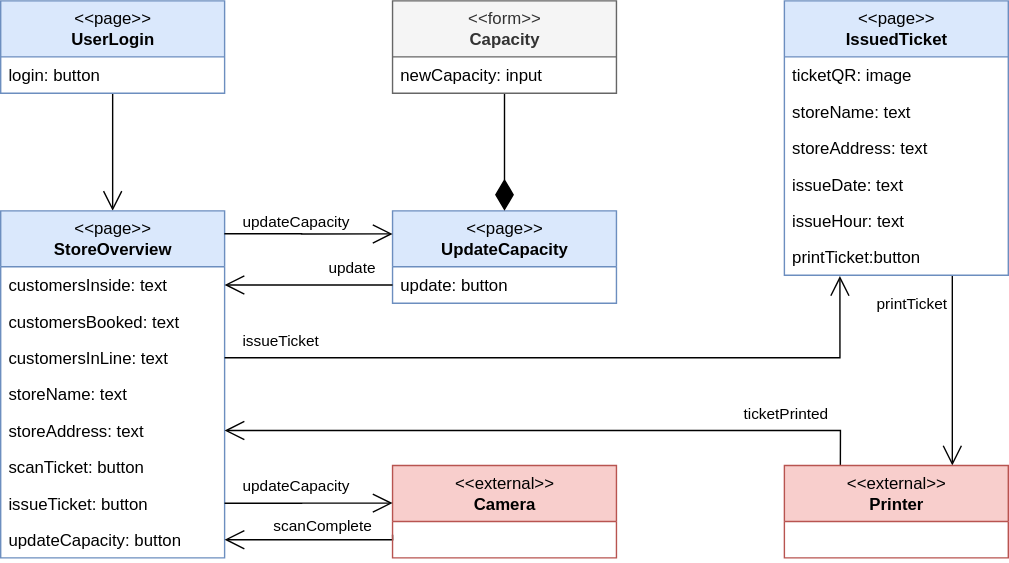
ferrohd/CLup keeps this draw.io diagram as assets/ux_diagrams/ux_store_manager.svg. Above is the earlier version. Source tidied: cells renumbered, new cells last; positions are measured from the earlier drawing's top-left corner, leaving out a move shared by most shapes. The source it was exported from:
```xml
<mxGraphModel>
  <root>
    <mxCell id="0" />
    <mxCell id="1" parent="0" />
    <mxCell id="2" style="edgeStyle=orthogonalEdgeStyle;rounded=0;jettySize=auto;html=1;entryX=0.5;entryY=0;entryDx=0;entryDy=0;endArrow=open;endFill=0;endSize=12;" parent="1" edge="1" source="3" target="5">
      <mxGeometry relative="1" as="geometry" />
    </mxCell>
    <mxCell id="3" value="&amp;lt;&amp;lt;page&amp;gt;&amp;gt;&lt;br&gt;&lt;b&gt;UserLogin&lt;/b&gt;" style="swimlane;fontStyle=0;horizontal=1;startSize=40;fillColor=#dae8fc;html=1;spacingBottom=0;strokeColor=#6c8ebf;" parent="1" vertex="1">
      <mxGeometry width="160" height="66" as="geometry" />
    </mxCell>
    <mxCell id="4" value="login: button" style="text;strokeColor=none;fillColor=none;align=left;verticalAlign=top;spacingLeft=4;spacingRight=4;overflow=hidden;" parent="3" vertex="1">
      <mxGeometry y="40" width="160" height="26" as="geometry" />
    </mxCell>
    <mxCell id="5" value="&amp;lt;&amp;lt;page&amp;gt;&amp;gt;&lt;br&gt;&lt;b&gt;StoreOverview&lt;/b&gt;" style="swimlane;fontStyle=0;horizontal=1;startSize=40;fillColor=#dae8fc;html=1;spacingBottom=0;strokeColor=#6c8ebf;" parent="1" vertex="1">
      <mxGeometry y="150" width="160" height="248" as="geometry" />
    </mxCell>
    <mxCell id="6" value="customersInside: text" style="text;strokeColor=none;fillColor=none;align=left;verticalAlign=top;spacingLeft=4;spacingRight=4;overflow=hidden;points=[[0,0.5],[1,0.5]];portConstraint=eastwest;" parent="5" vertex="1">
      <mxGeometry y="40" width="160" height="26" as="geometry" />
    </mxCell>
    <mxCell id="7" value="customersBooked: text" style="text;strokeColor=none;fillColor=none;align=left;verticalAlign=top;spacingLeft=4;spacingRight=4;overflow=hidden;" parent="5" vertex="1">
      <mxGeometry y="66" width="160" height="26" as="geometry" />
    </mxCell>
    <mxCell id="8" value="customersInLine: text" style="text;strokeColor=none;fillColor=none;align=left;verticalAlign=top;spacingLeft=4;spacingRight=4;overflow=hidden;points=[[0,0.5],[1,0.5]];portConstraint=eastwest;" parent="5" vertex="1">
      <mxGeometry y="92" width="160" height="26" as="geometry" />
    </mxCell>
    <mxCell id="9" value="storeName: text" style="text;strokeColor=none;fillColor=none;align=left;verticalAlign=top;spacingLeft=4;spacingRight=4;overflow=hidden;" parent="5" vertex="1">
      <mxGeometry y="118" width="160" height="26" as="geometry" />
    </mxCell>
    <mxCell id="10" value="storeAddress: text" style="text;strokeColor=none;fillColor=none;align=left;verticalAlign=top;spacingLeft=4;spacingRight=4;overflow=hidden;points=[[0,0.5],[1,0.5]];portConstraint=eastwest;" parent="5" vertex="1">
      <mxGeometry y="144" width="160" height="26" as="geometry" />
    </mxCell>
    <mxCell id="11" value="scanTicket: button" style="text;strokeColor=none;fillColor=none;align=left;verticalAlign=top;spacingLeft=4;spacingRight=4;overflow=hidden;" parent="5" vertex="1">
      <mxGeometry y="170" width="160" height="26" as="geometry" />
    </mxCell>
    <mxCell id="12" value="issueTicket: button" style="text;strokeColor=none;fillColor=none;align=left;verticalAlign=top;spacingLeft=4;spacingRight=4;overflow=hidden;points=[[0,0.5],[1,0.5]];portConstraint=eastwest;" parent="5" vertex="1">
      <mxGeometry y="196" width="160" height="26" as="geometry" />
    </mxCell>
    <mxCell id="13" value="updateCapacity: button" style="text;strokeColor=none;fillColor=none;align=left;verticalAlign=top;spacingLeft=4;spacingRight=4;overflow=hidden;points=[[0,0.5],[1,0.5]];portConstraint=eastwest;" parent="5" vertex="1">
      <mxGeometry y="222" width="160" height="26" as="geometry" />
    </mxCell>
    <mxCell id="14" style="edgeStyle=orthogonalEdgeStyle;rounded=0;jettySize=auto;html=1;exitX=0;exitY=0.75;exitDx=0;exitDy=0;entryX=1;entryY=0.5;entryDx=0;entryDy=0;endArrow=open;endFill=0;endSize=12;" parent="1" edge="1" source="17" target="13">
      <mxGeometry relative="1" as="geometry">
        <Array as="points">
          <mxPoint x="280" y="385" />
        </Array>
      </mxGeometry>
    </mxCell>
    <mxCell id="15" value="updateCapacity" style="edgeLabel;html=1;align=center;verticalAlign=middle;" parent="14" vertex="1">
      <mxGeometry x="0.33" y="2" relative="1" as="geometry">
        <mxPoint x="9" y="-41" as="offset" />
      </mxGeometry>
    </mxCell>
    <mxCell id="16" value="scanComplete" style="edgeLabel;html=1;align=center;verticalAlign=middle;" parent="14" vertex="1">
      <mxGeometry x="-0.02" y="2" relative="1" as="geometry">
        <mxPoint x="7.3" y="-13" as="offset" />
      </mxGeometry>
    </mxCell>
    <mxCell id="17" value="&amp;lt;&amp;lt;external&amp;gt;&amp;gt;&lt;br&gt;&lt;b&gt;Camera&lt;/b&gt;" style="swimlane;fontStyle=0;horizontal=1;startSize=40;fillColor=#f8cecc;html=1;spacingBottom=0;strokeColor=#b85450;" parent="1" vertex="1">
      <mxGeometry x="280" y="332" width="160" height="66" as="geometry" />
    </mxCell>
    <mxCell id="18" value="&amp;lt;&amp;lt;page&amp;gt;&amp;gt;&lt;br&gt;&lt;b&gt;UpdateCapacity&lt;/b&gt;" style="swimlane;fontStyle=0;horizontal=1;startSize=40;fillColor=#dae8fc;html=1;spacingBottom=0;strokeColor=#6c8ebf;" parent="1" vertex="1">
      <mxGeometry x="280" y="150" width="160" height="66" as="geometry" />
    </mxCell>
    <mxCell id="19" value="update: button" style="text;strokeColor=none;fillColor=none;align=left;verticalAlign=top;spacingLeft=4;spacingRight=4;overflow=hidden;points=[[0,0.5],[1,0.5]];portConstraint=eastwest;" parent="18" vertex="1">
      <mxGeometry y="40" width="160" height="26" as="geometry" />
    </mxCell>
    <mxCell id="20" style="edgeStyle=orthogonalEdgeStyle;rounded=0;jettySize=auto;html=1;entryX=0.5;entryY=0;entryDx=0;entryDy=0;endArrow=diamondThin;endFill=1;endSize=20;" parent="1" edge="1" source="21" target="18">
      <mxGeometry relative="1" as="geometry" />
    </mxCell>
    <mxCell id="21" value="&amp;lt;&amp;lt;form&amp;gt;&amp;gt;&lt;br&gt;&lt;b&gt;Capacity&lt;/b&gt;" style="swimlane;fontStyle=0;horizontal=1;startSize=40;fillColor=#f5f5f5;html=1;spacingBottom=0;strokeColor=#666666;fontColor=#333333;" parent="1" vertex="1">
      <mxGeometry x="280" width="160" height="66" as="geometry" />
    </mxCell>
    <mxCell id="22" value="newCapacity: input" style="text;strokeColor=none;fillColor=none;align=left;verticalAlign=top;spacingLeft=4;spacingRight=4;overflow=hidden;" parent="21" vertex="1">
      <mxGeometry y="40" width="160" height="26" as="geometry" />
    </mxCell>
    <mxCell id="23" style="edgeStyle=orthogonalEdgeStyle;rounded=0;jettySize=auto;html=1;endArrow=open;endFill=0;endSize=12;exitX=0.75;exitY=1;exitDx=0;exitDy=0;exitPerimeter=0;entryX=0.75;entryY=0;entryDx=0;entryDy=0;" parent="1" edge="1" source="31" target="34">
      <mxGeometry relative="1" as="geometry" />
    </mxCell>
    <mxCell id="24" value="printTicket" style="edgeLabel;html=1;align=center;verticalAlign=middle;" parent="23" vertex="1">
      <mxGeometry x="-0.65" y="5" relative="1" as="geometry">
        <mxPoint x="-35" y="-3.5" as="offset" />
      </mxGeometry>
    </mxCell>
    <mxCell id="25" value="&amp;lt;&amp;lt;page&amp;gt;&amp;gt;&lt;br&gt;&lt;b&gt;IssuedTicket&lt;/b&gt;" style="swimlane;fontStyle=0;horizontal=1;startSize=40;fillColor=#dae8fc;html=1;spacingBottom=0;strokeColor=#6c8ebf;" parent="1" vertex="1">
      <mxGeometry x="560" width="160" height="196" as="geometry" />
    </mxCell>
    <mxCell id="26" value="ticketQR: image" style="text;strokeColor=none;fillColor=none;align=left;verticalAlign=top;spacingLeft=4;spacingRight=4;overflow=hidden;" parent="25" vertex="1">
      <mxGeometry y="40" width="160" height="26" as="geometry" />
    </mxCell>
    <mxCell id="27" value="storeName: text" style="text;strokeColor=none;fillColor=none;align=left;verticalAlign=top;spacingLeft=4;spacingRight=4;overflow=hidden;" parent="25" vertex="1">
      <mxGeometry y="66" width="160" height="26" as="geometry" />
    </mxCell>
    <mxCell id="28" value="storeAddress: text" style="text;strokeColor=none;fillColor=none;align=left;verticalAlign=top;spacingLeft=4;spacingRight=4;overflow=hidden;" parent="25" vertex="1">
      <mxGeometry y="92" width="160" height="26" as="geometry" />
    </mxCell>
    <mxCell id="29" value="issueDate: text" style="text;strokeColor=none;fillColor=none;align=left;verticalAlign=top;spacingLeft=4;spacingRight=4;overflow=hidden;" parent="25" vertex="1">
      <mxGeometry y="118" width="160" height="26" as="geometry" />
    </mxCell>
    <mxCell id="30" value="issueHour: text" style="text;strokeColor=none;fillColor=none;align=left;verticalAlign=top;spacingLeft=4;spacingRight=4;overflow=hidden;" parent="25" vertex="1">
      <mxGeometry y="144" width="160" height="26" as="geometry" />
    </mxCell>
    <mxCell id="31" value="printTicket:button" style="text;strokeColor=none;fillColor=none;align=left;verticalAlign=top;spacingLeft=4;spacingRight=4;overflow=hidden;points=[[0,0.5],[1,0.5]];portConstraint=eastwest;" parent="25" vertex="1">
      <mxGeometry y="170" width="160" height="26" as="geometry" />
    </mxCell>
    <mxCell id="32" style="edgeStyle=orthogonalEdgeStyle;rounded=0;jettySize=auto;html=1;exitX=0.25;exitY=0;exitDx=0;exitDy=0;entryX=1;entryY=0.5;entryDx=0;entryDy=0;endArrow=open;endFill=0;endSize=12;" parent="1" edge="1" source="34" target="10">
      <mxGeometry relative="1" as="geometry" />
    </mxCell>
    <mxCell id="33" value="ticketPrinted" style="edgeLabel;html=1;align=center;verticalAlign=middle;" parent="32" vertex="1">
      <mxGeometry x="-0.83" y="-1" relative="1" as="geometry">
        <mxPoint x="-25" y="-12" as="offset" />
      </mxGeometry>
    </mxCell>
    <mxCell id="34" value="&amp;lt;&amp;lt;external&amp;gt;&amp;gt;&lt;br&gt;&lt;b&gt;Printer&lt;/b&gt;" style="swimlane;fontStyle=0;horizontal=1;startSize=40;fillColor=#f8cecc;html=1;spacingBottom=0;strokeColor=#b85450;" parent="1" vertex="1">
      <mxGeometry x="560" y="332" width="160" height="66" as="geometry" />
    </mxCell>
    <mxCell id="35" style="edgeStyle=orthogonalEdgeStyle;rounded=0;jettySize=auto;html=1;entryX=0;entryY=0.25;entryDx=0;entryDy=0;endArrow=open;endFill=0;endSize=12;exitX=0.999;exitY=0.066;exitDx=0;exitDy=0;exitPerimeter=0;" parent="1" edge="1" source="5" target="18">
      <mxGeometry relative="1" as="geometry" />
    </mxCell>
    <mxCell id="36" value="updateCapacity" style="edgeLabel;html=1;align=center;verticalAlign=middle;" parent="35" vertex="1">
      <mxGeometry x="-0.55" y="3" relative="1" as="geometry">
        <mxPoint x="23.1" y="-6.4" as="offset" />
      </mxGeometry>
    </mxCell>
    <mxCell id="37" style="edgeStyle=orthogonalEdgeStyle;rounded=0;jettySize=auto;html=1;exitX=1;exitY=0.5;exitDx=0;exitDy=0;entryX=0.248;entryY=1.022;entryDx=0;entryDy=0;entryPerimeter=0;endArrow=open;endFill=0;endSize=12;" parent="1" edge="1" source="8" target="31">
      <mxGeometry relative="1" as="geometry" />
    </mxCell>
    <mxCell id="38" value="issueTicket" style="edgeLabel;html=1;align=center;verticalAlign=middle;" parent="37" vertex="1">
      <mxGeometry x="-0.83" y="1" relative="1" as="geometry">
        <mxPoint x="-2.5" y="-12" as="offset" />
      </mxGeometry>
    </mxCell>
    <mxCell id="39" style="edgeStyle=orthogonalEdgeStyle;rounded=0;jettySize=auto;html=1;exitX=1;exitY=0.5;exitDx=0;exitDy=0;entryX=0;entryY=0.407;entryDx=0;entryDy=0;entryPerimeter=0;endArrow=open;endFill=0;endSize=12;" parent="1" edge="1" source="12" target="17">
      <mxGeometry relative="1" as="geometry" />
    </mxCell>
    <mxCell id="40" style="edgeStyle=orthogonalEdgeStyle;rounded=0;jettySize=auto;html=1;exitX=0;exitY=0.5;exitDx=0;exitDy=0;entryX=1;entryY=0.5;entryDx=0;entryDy=0;endArrow=open;endFill=0;endSize=12;" parent="1" edge="1" source="19" target="6">
      <mxGeometry relative="1" as="geometry" />
    </mxCell>
    <mxCell id="41" value="update" style="edgeLabel;html=1;align=center;verticalAlign=middle;" parent="40" vertex="1">
      <mxGeometry x="-0.35" y="-3" relative="1" as="geometry">
        <mxPoint x="8.8" y="-10" as="offset" />
      </mxGeometry>
    </mxCell>
  </root>
</mxGraphModel>
```
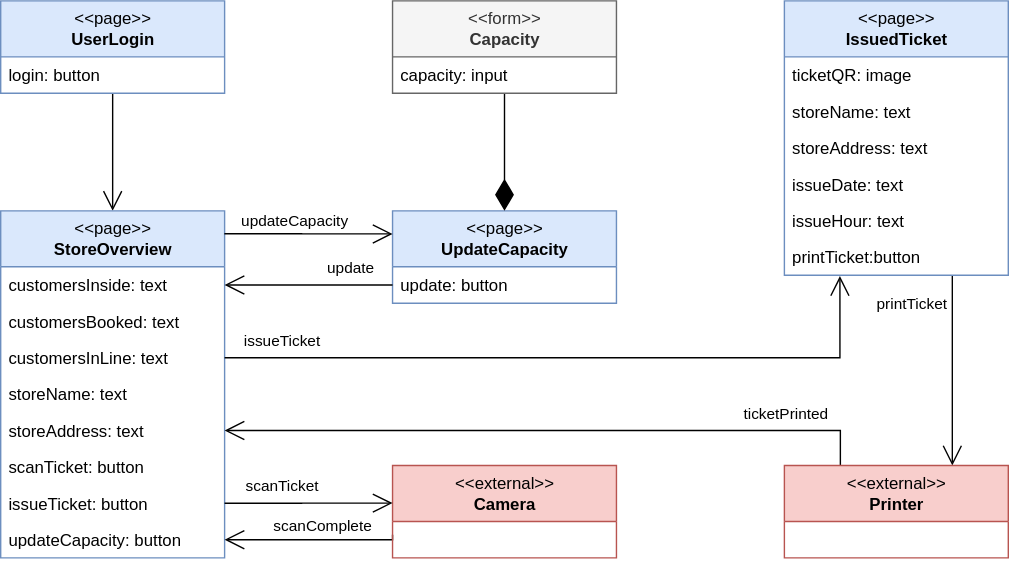
The same file after the commit.

Diff of the diagram source:
```diff
@@ -45,9 +45,9 @@
         </Array>
       </mxGeometry>
     </mxCell>
-    <mxCell id="15" value="updateCapacity" style="edgeLabel;html=1;align=center;verticalAlign=middle;" parent="14" vertex="1">
+    <mxCell id="15" value="scanTicket" style="edgeLabel;html=1;align=center;verticalAlign=middle;" parent="14" vertex="1">
       <mxGeometry x="0.33" y="2" relative="1" as="geometry">
-        <mxPoint x="9" y="-41" as="offset" />
+        <mxPoint x="-1.5" y="-41" as="offset" />
       </mxGeometry>
     </mxCell>
     <mxCell id="16" value="scanComplete" style="edgeLabel;html=1;align=center;verticalAlign=middle;" parent="14" vertex="1">
@@ -70,7 +70,7 @@
     <mxCell id="21" value="&amp;lt;&amp;lt;form&amp;gt;&amp;gt;&lt;br&gt;&lt;b&gt;Capacity&lt;/b&gt;" style="swimlane;fontStyle=0;horizontal=1;startSize=40;fillColor=#f5f5f5;html=1;spacingBottom=0;strokeColor=#666666;fontColor=#333333;" parent="1" vertex="1">
       <mxGeometry x="280" width="160" height="66" as="geometry" />
     </mxCell>
-    <mxCell id="22" value="newCapacity: input" style="text;strokeColor=none;fillColor=none;align=left;verticalAlign=top;spacingLeft=4;spacingRight=4;overflow=hidden;" parent="21" vertex="1">
+    <mxCell id="22" value="capacity: input" style="text;strokeColor=none;fillColor=none;align=left;verticalAlign=top;spacingLeft=4;spacingRight=4;overflow=hidden;" parent="21" vertex="1">
       <mxGeometry y="40" width="160" height="26" as="geometry" />
     </mxCell>
     <mxCell id="23" style="edgeStyle=orthogonalEdgeStyle;rounded=0;jettySize=auto;html=1;endArrow=open;endFill=0;endSize=12;exitX=0.75;exitY=1;exitDx=0;exitDy=0;exitPerimeter=0;entryX=0.75;entryY=0;entryDx=0;entryDy=0;" parent="1" edge="1" source="31" target="34">
```
